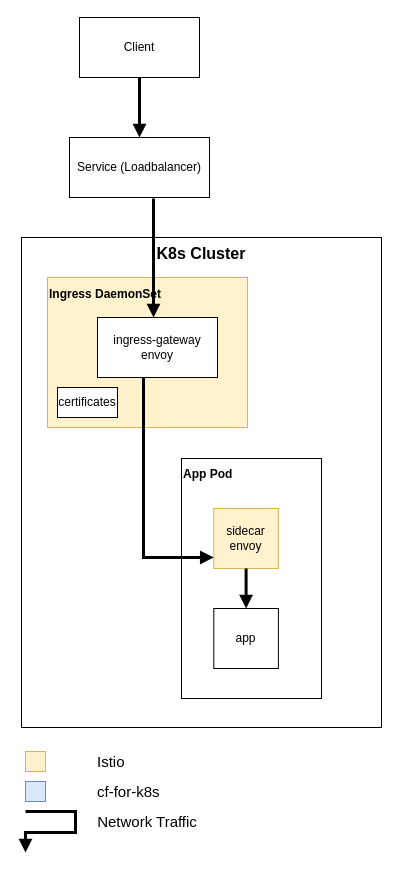
Earlier version of the draw.io diagram doc/PhysicalNetwork.drawio (akhinos/cf4k8s-networking). Source tidied: cells renumbered, new cells numbered last; positions are measured from the earlier drawing's top-left corner, leaving out a move shared by most shapes. Both pictures are drawn from the tidied source at 100%, with x=0, y=0 at pixel (21, 17).
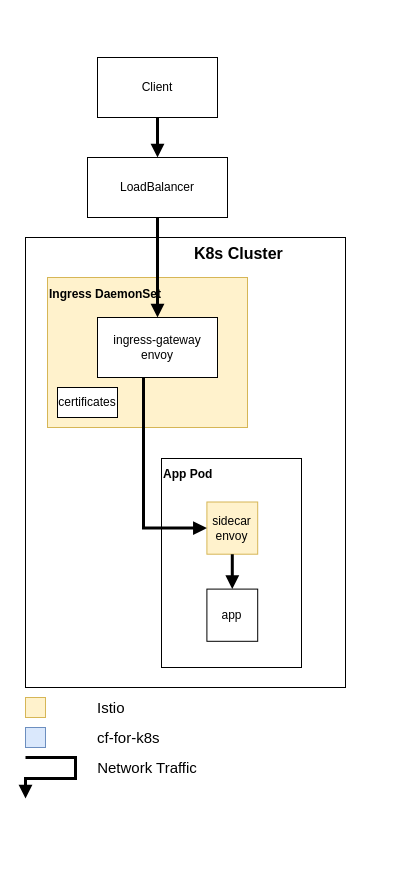
The same diagram, later.

Commit message (it also covers changes not shown here):
Remove logical network traffic section

The change refers to these unchanged cells:
```xml
<mxCell id="13" value="ingress-gateway&lt;br&gt;envoy" style="rounded=0;whiteSpace=wrap;html=1;" parent="11" vertex="1">
  <mxGeometry x="50" y="40" width="120" height="60" as="geometry" />
</mxCell>
```

Diff of the diagram source:
```diff
@@
-    <mxCell id="2" value="K8s Cluster" style="rounded=0;whiteSpace=wrap;html=1;fontSize=16;fontStyle=1;verticalAlign=top;" parent="1" vertex="1">
-      <mxGeometry y="220" width="360" height="490" as="geometry" />
+    <mxCell id="2" value="&amp;nbsp; &amp;nbsp; &amp;nbsp; &amp;nbsp; &amp;nbsp; &amp;nbsp; &amp;nbsp; &amp;nbsp; &amp;nbsp; &amp;nbsp; &amp;nbsp; &amp;nbsp; K8s Cluster" style="rounded=0;whiteSpace=wrap;html=1;fontSize=16;fontStyle=1;verticalAlign=top;" parent="1" vertex="1">
+      <mxGeometry x="4" y="220" width="320" height="450" as="geometry" />
     </mxCell>
@@
     <mxCell id="4" value="Client" style="rounded=0;whiteSpace=wrap;html=1;" parent="1" vertex="1">
-      <mxGeometry x="58" width="120" height="60" as="geometry" />
+      <mxGeometry x="76" y="40" width="120" height="60" as="geometry" />
     </mxCell>
-    <mxCell id="5" value="Service (Loadbalancer)" style="rounded=0;whiteSpace=wrap;html=1;" parent="1" vertex="1">
-      <mxGeometry x="48" y="120" width="140" height="60" as="geometry" />
+    <mxCell id="5" value="LoadBalancer" style="rounded=0;whiteSpace=wrap;html=1;" parent="1" vertex="1">
+      <mxGeometry x="66" y="140" width="140" height="60" as="geometry" />
     </mxCell>
     <mxCell id="6" style="group;align=left;" parent="1" vertex="1">
-      <mxGeometry x="160" y="441" width="140" height="240" as="geometry" />
+      <mxGeometry x="160" y="441" width="120" height="209" as="geometry" />
     </mxCell>
     <mxCell id="7" value="&lt;font style=&quot;font-size: 12px&quot;&gt;App Pod&lt;/font&gt;" style="rounded=0;whiteSpace=wrap;html=1;verticalAlign=top;fontSize=14;fontStyle=1;align=left;" parent="6" vertex="1">
-      <mxGeometry width="140" height="240" as="geometry" />
+      <mxGeometry x="-20" width="140" height="209" as="geometry" />
     </mxCell>
     <mxCell id="8" value="sidecar&lt;br&gt;envoy" style="rounded=0;whiteSpace=wrap;html=1;fillColor=#fff2cc;strokeColor=#d6b656;" parent="6" vertex="1">
-      <mxGeometry x="32.3" y="50" width="64.6" height="60" as="geometry" />
+      <mxGeometry x="25.4" y="43.5" width="50.8" height="52.2" as="geometry" />
     </mxCell>
     <mxCell id="9" value="app" style="rounded=0;whiteSpace=wrap;html=1;" parent="6" vertex="1">
-      <mxGeometry x="32.3" y="150" width="64.6" height="60" as="geometry" />
+      <mxGeometry x="25.4" y="130.6" width="50.8" height="52.2" as="geometry" />
     </mxCell>
@@
-    <mxCell id="15" style="edgeStyle=orthogonalEdgeStyle;rounded=0;jettySize=auto;html=1;strokeWidth=3;endFill=1;endArrow=block;" parent="1" edge="1" target="8">
+    <mxCell id="15" style="edgeStyle=orthogonalEdgeStyle;rounded=0;jettySize=auto;html=1;strokeWidth=3;endFill=1;endArrow=block;entryX=0;entryY=0.5;entryDx=0;entryDy=0;" parent="1" edge="1" target="8">
       <mxGeometry relative="1" as="geometry">
         <mxPoint x="122" y="360" as="sourcePoint" />
         <Array as="points">
-          <mxPoint x="122" y="540" />
+          <mxPoint x="122" y="511" />
         </Array>
       </mxGeometry>
     </mxCell>
-    <mxCell id="16" style="edgeStyle=orthogonalEdgeStyle;rounded=0;orthogonalLoop=1;jettySize=auto;html=1;strokeWidth=3;endFill=1;endArrow=block;entryX=0.75;entryY=0;entryDx=0;entryDy=0;" parent="1" edge="1">
-      <mxGeometry relative="1" as="geometry">
-        <mxPoint x="132" y="181" as="sourcePoint" />
-        <mxPoint x="132" y="300" as="targetPoint" />
-        <Array as="points">
-          <mxPoint x="132" y="181" />
-        </Array>
-      </mxGeometry>
-    </mxCell>
     <mxCell id="17" style="group;" parent="1" vertex="1">
-      <mxGeometry x="4" y="734" width="180" height="81" as="geometry" />
+      <mxGeometry x="4" y="680" width="180" height="81" as="geometry" />
     </mxCell>
@@
+    <mxCell id="27" style="edgeStyle=orthogonalEdgeStyle;rounded=0;jettySize=auto;html=1;exitX=0.5;exitY=1;exitDx=0;exitDy=0;entryX=0.5;entryY=0;entryDx=0;entryDy=0;endArrow=block;endFill=1;strokeWidth=3;" parent="1" edge="1" source="5" target="13">
+      <mxGeometry relative="1" as="geometry" />
+    </mxCell>
```
